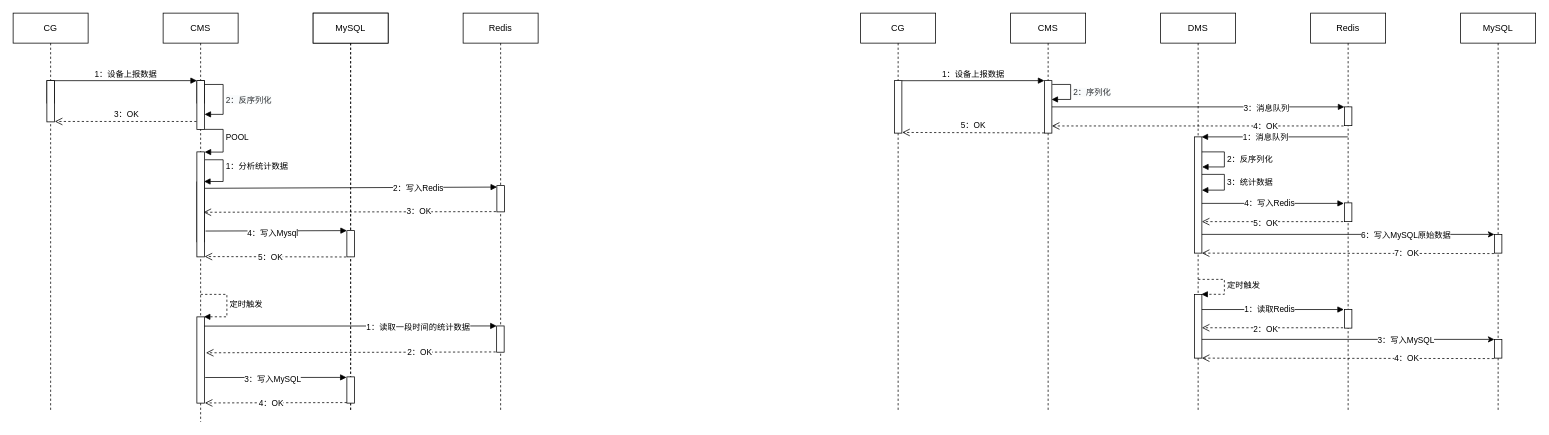
The draw.io diagram page "数据统计流程" (11 of 12) of 染色平台.drawio in liubocoder/diagrams, before the edit. Source tidied: cells renumbered, new cells numbered last; positions are measured from the earlier drawing's top-left corner, leaving out a move shared by most shapes. Both pictures are drawn from the tidied source at 75%, with x=0, y=0 at pixel (13, 13).
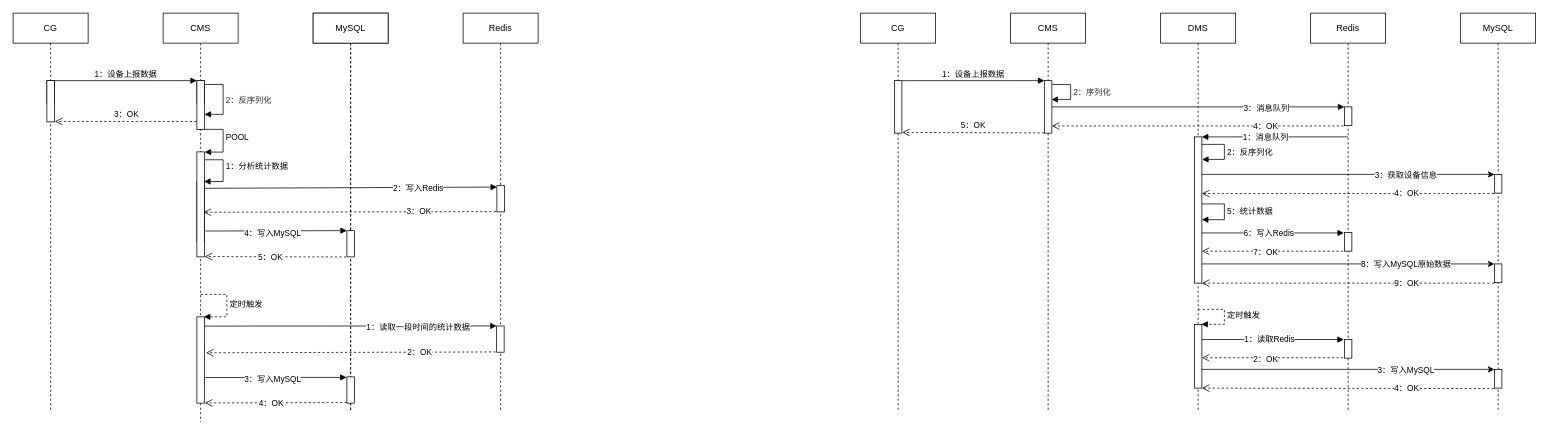
Above is the later version.

The change refers to these unchanged cells:
```xml
<mxCell id="28" style="html=1;verticalAlign=bottom;endArrow=block;entryX=0;entryY=0;rounded=0;jumpStyle=none;exitX=1.157;exitY=0.754;exitDx=0;exitDy=0;exitPerimeter=0;" parent="1" edge="1" source="10" target="14">
  <mxGeometry relative="1" as="geometry" />
</mxCell>
<mxCell id="39" value="Redis" style="shape=umlLifeline;perimeter=lifelinePerimeter;whiteSpace=wrap;html=1;outlineConnect=0;" parent="1" vertex="1">
  <mxGeometry x="1730" width="100" height="530" as="geometry" />
</mxCell>
<mxCell id="43" value="DMS" style="shape=umlLifeline;perimeter=lifelinePerimeter;whiteSpace=wrap;html=1;" parent="1" vertex="1">
  <mxGeometry x="1530" width="100" height="530" as="geometry" />
</mxCell>
<mxCell id="65" value="MySQL" style="shape=umlLifeline;perimeter=lifelinePerimeter;whiteSpace=wrap;html=1;" parent="1" vertex="1">
  <mxGeometry x="1930" width="100" height="530" as="geometry" />
</mxCell>
```

Diff of the diagram source:
```diff
@@
-    <mxCell id="29" value="4：写入Mysql" style="edgeLabel;html=1;align=center;verticalAlign=middle;" parent="28" vertex="1">
+    <mxCell id="29" value="4：写入MySQL" style="edgeLabel;html=1;align=center;verticalAlign=middle;" parent="28" vertex="1">
       <mxGeometry x="-0.06" y="-2" relative="1" as="geometry" />
     </mxCell>
@@
     <mxCell id="41" style="html=1;points=[];perimeter=orthogonalPerimeter;" parent="39" vertex="1">
-      <mxGeometry x="45" y="253" width="10" height="25" as="geometry" />
+      <mxGeometry x="45" y="292.4" width="10" height="25" as="geometry" />
     </mxCell>
     <mxCell id="42" style="html=1;perimeter=orthogonalPerimeter;" parent="39" vertex="1">
-      <mxGeometry x="45" y="395" width="10" height="25" as="geometry" />
+      <mxGeometry x="45" y="435" width="10" height="25" as="geometry" />
     </mxCell>
@@
     <mxCell id="44" style="html=1;points=[];perimeter=orthogonalPerimeter;" parent="43" vertex="1">
-      <mxGeometry x="45" y="375" width="10" height="85" as="geometry" />
+      <mxGeometry x="45" y="415" width="10" height="85" as="geometry" />
     </mxCell>
     <mxCell id="45" value="定时触发" style="edgeStyle=orthogonalEdgeStyle;html=1;align=left;spacingLeft=2;endArrow=block;rounded=0;entryX=0.94;entryY=-0.001;dashed=1;jumpStyle=none;entryDx=0;entryDy=0;entryPerimeter=0;" parent="43" edge="1" target="44">
       <mxGeometry relative="1" as="geometry">
-        <mxPoint x="50" y="355" as="sourcePoint" />
+        <mxPoint x="50" y="395" as="sourcePoint" />
         <Array as="points">
-          <mxPoint x="85" y="355" />
-          <mxPoint x="85" y="375" />
+          <mxPoint x="85" y="395" />
+          <mxPoint x="85" y="415" />
         </Array>
       </mxGeometry>
     </mxCell>
     <mxCell id="46" style="html=1;points=[];perimeter=orthogonalPerimeter;" parent="43" vertex="1">
-      <mxGeometry x="45" y="165" width="10" height="155" as="geometry" />
+      <mxGeometry x="45" y="165" width="10" height="195" as="geometry" />
     </mxCell>
     <mxCell id="47" value="2：反序列化" style="edgeStyle=orthogonalEdgeStyle;html=1;align=left;spacingLeft=2;endArrow=block;rounded=0;jumpStyle=none;entryX=1.034;entryY=0.358;entryDx=0;entryDy=0;entryPerimeter=0;" parent="43" edge="1">
       <mxGeometry relative="1" as="geometry">
-        <mxPoint x="55" y="185" as="sourcePoint" />
-        <mxPoint x="55.3" y="205.1" as="targetPoint" />
+        <mxPoint x="55" y="175" as="sourcePoint" />
+        <mxPoint x="55.3" y="195.1" as="targetPoint" />
         <Array as="points">
-          <mxPoint x="85" y="185" />
-          <mxPoint x="85" y="205" />
+          <mxPoint x="85" y="175" />
+          <mxPoint x="85" y="195" />
         </Array>
       </mxGeometry>
     </mxCell>
-    <mxCell id="48" value="3：统计数据" style="edgeStyle=orthogonalEdgeStyle;html=1;align=left;spacingLeft=2;endArrow=block;rounded=0;jumpStyle=none;" parent="43" edge="1" target="46">
+    <mxCell id="48" value="5：统计数据" style="edgeStyle=orthogonalEdgeStyle;html=1;align=left;spacingLeft=2;endArrow=block;rounded=0;jumpStyle=none;" parent="43" edge="1">
       <mxGeometry relative="1" as="geometry">
-        <mxPoint x="55" y="215" as="sourcePoint" />
+        <mxPoint x="55" y="254.4" as="sourcePoint" />
+        <mxPoint x="55" y="275.4" as="targetPoint" />
         <Array as="points">
-          <mxPoint x="85" y="215" />
-          <mxPoint x="85" y="236" />
+          <mxPoint x="85" y="254.4" />
+          <mxPoint x="85" y="275.4" />
         </Array>
       </mxGeometry>
     </mxCell>
@@
-    <mxCell id="59" style="html=1;verticalAlign=bottom;endArrow=block;rounded=0;jumpStyle=none;entryX=0.96;entryY=0;entryDx=0;entryDy=0;entryPerimeter=0;" parent="1" edge="1" source="39" target="46">
-      <mxGeometry relative="1" as="geometry" />
+    <mxCell id="59" style="html=1;verticalAlign=bottom;endArrow=block;rounded=0;jumpStyle=none;entryX=0.96;entryY=0;entryDx=0;entryDy=0;entryPerimeter=0;" parent="1" edge="1">
+      <mxGeometry relative="1" as="geometry">
+        <mxPoint x="1779.9" y="165" as="sourcePoint" />
+        <mxPoint x="1585" y="165" as="targetPoint" />
+      </mxGeometry>
     </mxCell>
@@
-    <mxCell id="61" style="html=1;verticalAlign=bottom;endArrow=block;entryX=-0.067;entryY=0.027;rounded=0;jumpStyle=none;entryDx=0;entryDy=0;entryPerimeter=0;" parent="1" edge="1" source="46" target="41">
-      <mxGeometry relative="1" as="geometry" />
+    <mxCell id="61" style="html=1;verticalAlign=bottom;endArrow=block;entryX=-0.067;entryY=0.027;rounded=0;jumpStyle=none;entryDx=0;entryDy=0;entryPerimeter=0;" parent="1" edge="1" target="41">
+      <mxGeometry relative="1" as="geometry">
+        <mxPoint x="1585" y="293.1" as="sourcePoint" />
+      </mxGeometry>
     </mxCell>
-    <mxCell id="62" value="4：写入Redis" style="edgeLabel;html=1;align=center;verticalAlign=middle;" parent="61" vertex="1">
+    <mxCell id="62" value="6：写入Redis" style="edgeLabel;html=1;align=center;verticalAlign=middle;" parent="61" vertex="1">
       <mxGeometry x="0.19" y="1" relative="1" as="geometry">
         <mxPoint x="-24" as="offset" />
       </mxGeometry>
     </mxCell>
-    <mxCell id="63" style="html=1;verticalAlign=bottom;endArrow=open;dashed=1;endSize=8;exitX=-0.167;exitY=1;rounded=0;jumpStyle=none;exitDx=0;exitDy=0;exitPerimeter=0;" parent="1" edge="1" source="41" target="46">
-      <mxGeometry relative="1" as="geometry" />
+    <mxCell id="63" style="html=1;verticalAlign=bottom;endArrow=open;dashed=1;endSize=8;exitX=-0.167;exitY=1;rounded=0;jumpStyle=none;exitDx=0;exitDy=0;exitPerimeter=0;" parent="1" edge="1" source="41">
+      <mxGeometry relative="1" as="geometry">
+        <mxPoint x="1585" y="317.4" as="targetPoint" />
+      </mxGeometry>
     </mxCell>
-    <mxCell id="64" value="5：OK" style="edgeLabel;html=1;align=center;verticalAlign=middle;" parent="63" vertex="1">
+    <mxCell id="64" value="7：OK" style="edgeLabel;html=1;align=center;verticalAlign=middle;" parent="63" vertex="1">
       <mxGeometry x="-0.16" y="1" relative="1" as="geometry">
         <mxPoint x="-25" as="offset" />
       </mxGeometry>
     </mxCell>
@@
     <mxCell id="66" style="html=1;points=[];perimeter=orthogonalPerimeter;" parent="65" vertex="1">
-      <mxGeometry x="45" y="295" width="10" height="25" as="geometry" />
+      <mxGeometry x="45" y="334.4" width="10" height="25" as="geometry" />
     </mxCell>
     <mxCell id="67" style="html=1;points=[];perimeter=orthogonalPerimeter;" parent="65" vertex="1">
-      <mxGeometry x="45" y="435" width="10" height="25" as="geometry" />
+      <mxGeometry x="45" y="475" width="10" height="25" as="geometry" />
     </mxCell>
     <mxCell id="68" style="endArrow=classic;html=1;rounded=0;jumpStyle=none;" parent="65" edge="1" target="67">
       <mxGeometry relative="1" as="geometry">
-        <mxPoint x="-345" y="435" as="sourcePoint" />
+        <mxPoint x="-345" y="475" as="sourcePoint" />
       </mxGeometry>
     </mxCell>
@@
     <mxCell id="70" style="html=1;verticalAlign=bottom;endArrow=open;dashed=1;endSize=8;rounded=0;jumpStyle=none;exitX=-0.056;exitY=1.024;exitDx=0;exitDy=0;exitPerimeter=0;" parent="65" edge="1" source="67">
       <mxGeometry relative="1" as="geometry">
-        <mxPoint x="-345" y="460" as="targetPoint" />
+        <mxPoint x="-345" y="500" as="targetPoint" />
       </mxGeometry>
     </mxCell>
@@
+    <mxCell id="82" style="html=1;points=[];perimeter=orthogonalPerimeter;" parent="65" vertex="1">
+      <mxGeometry x="45" y="215" width="10" height="25" as="geometry" />
+    </mxCell>
+    <mxCell id="83" style="endArrow=classic;html=1;rounded=0;jumpStyle=none;" parent="65" edge="1" target="82">
+      <mxGeometry relative="1" as="geometry">
+        <mxPoint x="-345" y="215" as="sourcePoint" />
+      </mxGeometry>
+    </mxCell>
+    <mxCell id="84" value="3：获取设备信息" style="edgeLabel;html=1;align=center;verticalAlign=middle;" parent="83" vertex="1">
+      <mxGeometry x="0.39" relative="1" as="geometry" />
+    </mxCell>
+    <mxCell id="85" style="html=1;verticalAlign=bottom;endArrow=open;dashed=1;endSize=8;rounded=0;jumpStyle=none;exitX=-0.056;exitY=1.024;exitDx=0;exitDy=0;exitPerimeter=0;" parent="65" edge="1" source="82">
+      <mxGeometry relative="1" as="geometry">
+        <mxPoint x="-345" y="240.6" as="targetPoint" />
+      </mxGeometry>
+    </mxCell>
+    <mxCell id="86" value="4：OK" style="edgeLabel;html=1;align=center;verticalAlign=middle;" parent="85" vertex="1">
+      <mxGeometry x="-0.4" y="-1" relative="1" as="geometry" />
+    </mxCell>
-    <mxCell id="72" style="endArrow=classic;html=1;rounded=0;jumpStyle=none;" parent="1" edge="1" source="46" target="66">
-      <mxGeometry relative="1" as="geometry" />
+    <mxCell id="72" style="endArrow=classic;html=1;rounded=0;jumpStyle=none;" parent="1" edge="1" target="66">
+      <mxGeometry relative="1" as="geometry">
+        <mxPoint x="1585" y="334.4" as="sourcePoint" />
+      </mxGeometry>
     </mxCell>
-    <mxCell id="73" value="6：写入MySQL原始数据" style="edgeLabel;html=1;align=center;verticalAlign=middle;" parent="72" vertex="1">
+    <mxCell id="73" value="8：写入MySQL原始数据" style="edgeLabel;html=1;align=center;verticalAlign=middle;" parent="72" vertex="1">
       <mxGeometry x="0.39" relative="1" as="geometry" />
     </mxCell>
@@
-    <mxCell id="76" style="html=1;verticalAlign=bottom;endArrow=open;dashed=1;endSize=8;rounded=0;jumpStyle=none;exitX=-0.056;exitY=1.024;exitDx=0;exitDy=0;exitPerimeter=0;" parent="1" edge="1" source="66" target="46">
-      <mxGeometry relative="1" as="geometry" />
+    <mxCell id="76" style="html=1;verticalAlign=bottom;endArrow=open;dashed=1;endSize=8;rounded=0;jumpStyle=none;exitX=-0.056;exitY=1.024;exitDx=0;exitDy=0;exitPerimeter=0;" parent="1" edge="1" source="66">
+      <mxGeometry relative="1" as="geometry">
+        <mxPoint x="1585" y="360" as="targetPoint" />
+      </mxGeometry>
     </mxCell>
-    <mxCell id="77" value="7：OK" style="edgeLabel;html=1;align=center;verticalAlign=middle;" parent="76" vertex="1">
+    <mxCell id="77" value="9：OK" style="edgeLabel;html=1;align=center;verticalAlign=middle;" parent="76" vertex="1">
       <mxGeometry x="-0.4" y="-1" relative="1" as="geometry" />
     </mxCell>
     <mxCell id="78" style="html=1;verticalAlign=bottom;endArrow=block;entryX=-0.067;entryY=0.027;rounded=0;jumpStyle=none;entryDx=0;entryDy=0;entryPerimeter=0;" parent="1" edge="1">
       <mxGeometry relative="1" as="geometry">
-        <mxPoint x="1585" y="395.2" as="sourcePoint" />
-        <mxPoint x="1774.3" y="395.2" as="targetPoint" />
+        <mxPoint x="1585" y="435.2" as="sourcePoint" />
+        <mxPoint x="1774.3" y="435.2" as="targetPoint" />
       </mxGeometry>
     </mxCell>
@@
     <mxCell id="80" style="html=1;verticalAlign=bottom;endArrow=open;dashed=1;endSize=8;exitX=-0.167;exitY=1;rounded=0;jumpStyle=none;exitDx=0;exitDy=0;exitPerimeter=0;" parent="1" edge="1">
       <mxGeometry relative="1" as="geometry">
-        <mxPoint x="1773.3" y="419.5" as="sourcePoint" />
-        <mxPoint x="1585" y="419.5" as="targetPoint" />
+        <mxPoint x="1773.3" y="459.5" as="sourcePoint" />
+        <mxPoint x="1585" y="459.5" as="targetPoint" />
       </mxGeometry>
     </mxCell>
```
